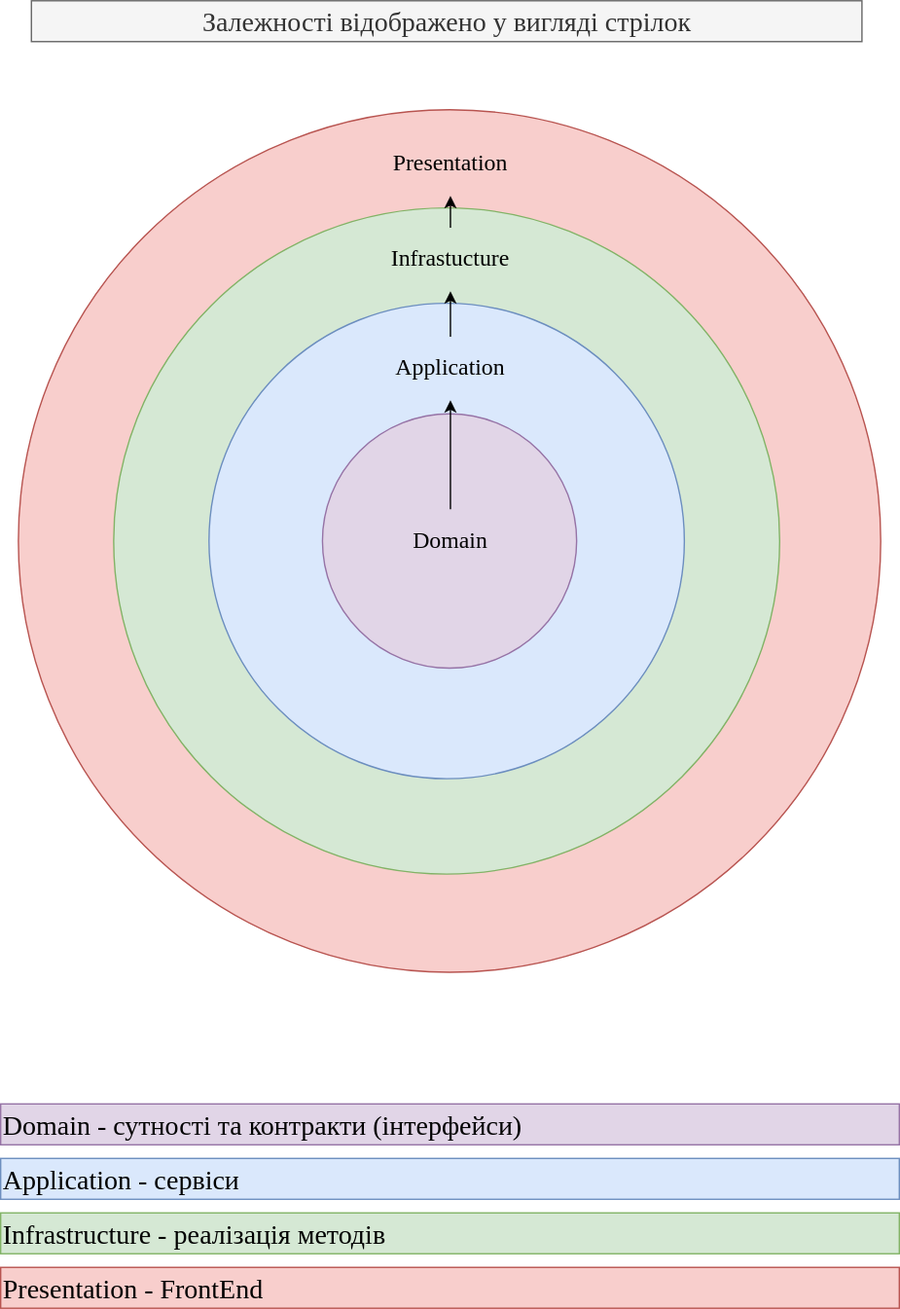
The draw.io diagram doc/Schemes/LayerArchitecture.drawio.svg in M1XaLik/ContextBin, before a commit. Source tidied: cells renumbered, new cells last; positions are measured from the earlier drawing's top-left corner, leaving out a move shared by most shapes. Its diagram source:
```xml
<mxGraphModel>
  <root>
    <mxCell id="0" />
    <mxCell id="1" parent="0" />
    <mxCell id="2" style="ellipse;whiteSpace=wrap;html=1;fillColor=#f8cecc;strokeColor=#b85450;" parent="1" vertex="1">
      <mxGeometry x="13" y="80" width="633.3" height="633.3" as="geometry" />
    </mxCell>
    <mxCell id="3" style="ellipse;whiteSpace=wrap;html=1;fillColor=#d5e8d4;strokeColor=#82b366;" parent="1" vertex="1">
      <mxGeometry x="83" y="152.1" width="489.1" height="489.1" as="geometry" />
    </mxCell>
    <mxCell id="4" style="ellipse;whiteSpace=wrap;html=1;fillColor=#dae8fc;strokeColor=#6c8ebf;" parent="1" vertex="1">
      <mxGeometry x="153" y="222.1" width="349.1" height="349.1" as="geometry" />
    </mxCell>
    <mxCell id="5" style="ellipse;whiteSpace=wrap;html=1;fillColor=#e1d5e7;strokeColor=#9673a6;" parent="1" vertex="1">
      <mxGeometry x="236.3" y="303.3" width="186.7" height="186.7" as="geometry" />
    </mxCell>
    <mxCell id="6" style="edgeStyle=none;html=1;exitX=0.5;exitY=0;exitDx=0;exitDy=0;" parent="1" edge="1" source="7" target="9">
      <mxGeometry relative="1" as="geometry" />
    </mxCell>
    <mxCell id="7" value="&lt;font style=&quot;font-size: 17px;&quot; face=&quot;Lucida Console&quot;&gt;Application&lt;/font&gt;" style="text;html=1;align=center;verticalAlign=middle;whiteSpace=wrap;rounded=0;" parent="1" vertex="1">
      <mxGeometry x="277" y="246.7" width="106.7" height="46.7" as="geometry" />
    </mxCell>
    <mxCell id="8" style="edgeStyle=none;html=1;exitX=0.5;exitY=0;exitDx=0;exitDy=0;entryX=0.5;entryY=1;entryDx=0;entryDy=0;" parent="1" edge="1" source="9" target="10">
      <mxGeometry relative="1" as="geometry" />
    </mxCell>
    <mxCell id="9" value="&lt;font style=&quot;font-size: 17px;&quot; face=&quot;Lucida Console&quot;&gt;Infrastucture&lt;/font&gt;" style="text;html=1;align=center;verticalAlign=middle;whiteSpace=wrap;rounded=0;" parent="1" vertex="1">
      <mxGeometry x="277" y="166.7" width="106.7" height="46.7" as="geometry" />
    </mxCell>
    <mxCell id="10" value="&lt;font style=&quot;font-size: 17px;&quot; face=&quot;Lucida Console&quot;&gt;Presentation&lt;/font&gt;" style="text;html=1;align=center;verticalAlign=middle;whiteSpace=wrap;rounded=0;" parent="1" vertex="1">
      <mxGeometry x="277" y="96.7" width="106.7" height="46.7" as="geometry" />
    </mxCell>
    <mxCell id="11" value="&lt;font style=&quot;font-size: 20px;&quot; face=&quot;Lucida Console&quot;&gt;Domain - сутності та контракти (інтерфейси)&lt;/font&gt;" style="text;html=1;align=left;verticalAlign=middle;whiteSpace=wrap;rounded=0;fillColor=#e1d5e7;strokeColor=#9673a6;" parent="1" vertex="1">
      <mxGeometry y="810" width="660" height="30" as="geometry" />
    </mxCell>
    <mxCell id="12" value="&lt;font face=&quot;Lucida Console&quot;&gt;&lt;span style=&quot;font-size: 20px;&quot;&gt;Application - сервіси&lt;/span&gt;&lt;/font&gt;" style="text;html=1;align=left;verticalAlign=middle;whiteSpace=wrap;rounded=0;fillColor=#dae8fc;strokeColor=#6c8ebf;" parent="1" vertex="1">
      <mxGeometry y="850" width="660" height="30" as="geometry" />
    </mxCell>
    <mxCell id="13" value="&lt;font face=&quot;Lucida Console&quot;&gt;&lt;span style=&quot;font-size: 20px;&quot;&gt;Infrastructure - реалізація методів&lt;/span&gt;&lt;/font&gt;" style="text;html=1;align=left;verticalAlign=middle;whiteSpace=wrap;rounded=0;fillColor=#d5e8d4;strokeColor=#82b366;" parent="1" vertex="1">
      <mxGeometry y="890" width="660" height="30" as="geometry" />
    </mxCell>
    <mxCell id="14" value="&lt;font face=&quot;Lucida Console&quot;&gt;&lt;span style=&quot;font-size: 20px;&quot;&gt;Presentation - FrontEnd&lt;/span&gt;&lt;/font&gt;" style="text;html=1;align=left;verticalAlign=middle;whiteSpace=wrap;rounded=0;fillColor=#f8cecc;strokeColor=#b85450;" parent="1" vertex="1">
      <mxGeometry y="930" width="660" height="30" as="geometry" />
    </mxCell>
    <mxCell id="15" value="&lt;font style=&quot;font-size: 17px;&quot; face=&quot;Lucida Console&quot;&gt;Domain&lt;/font&gt;" style="text;html=1;align=center;verticalAlign=middle;whiteSpace=wrap;rounded=0;" parent="1" vertex="1">
      <mxGeometry x="277" y="373.3" width="106.7" height="46.7" as="geometry" />
    </mxCell>
    <mxCell id="16" style="endArrow=classic;html=1;entryX=0.5;entryY=1;entryDx=0;entryDy=0;exitX=0.5;exitY=0;exitDx=0;exitDy=0;" parent="1" edge="1" source="15" target="7">
      <mxGeometry relative="1" as="geometry" />
    </mxCell>
    <mxCell id="17" value="&lt;font face=&quot;Lucida Console&quot; style=&quot;font-size: 20px;&quot;&gt;Залежності відображено у вигляді стрілок&lt;/font&gt;" style="text;html=1;align=center;verticalAlign=middle;whiteSpace=wrap;rounded=0;fillColor=#f5f5f5;fontColor=#333333;strokeColor=#666666;" parent="1" vertex="1">
      <mxGeometry x="22.6" width="610" height="30" as="geometry" />
    </mxCell>
  </root>
</mxGraphModel>
```
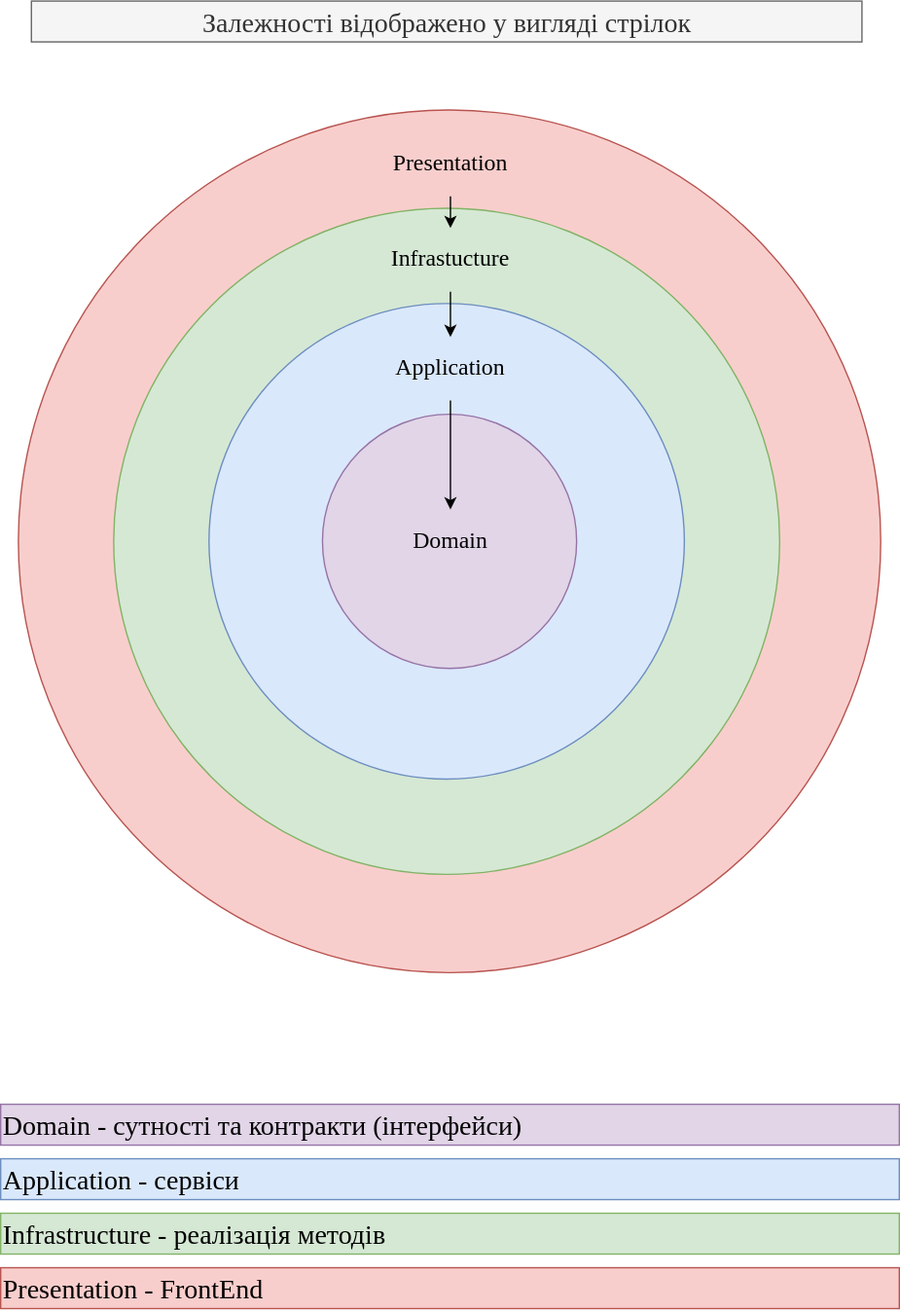
Above is the later version.

Commit message:
docs(clean-architecture): :memo: update `LayerArchitecture` scheme

The edit, as a diff of the source:
```diff
@@ -14,18 +14,21 @@
     <mxCell id="5" style="ellipse;whiteSpace=wrap;html=1;fillColor=#e1d5e7;strokeColor=#9673a6;" parent="1" vertex="1">
       <mxGeometry x="236.3" y="303.3" width="186.7" height="186.7" as="geometry" />
     </mxCell>
-    <mxCell id="6" style="edgeStyle=none;html=1;exitX=0.5;exitY=0;exitDx=0;exitDy=0;" parent="1" edge="1" source="7" target="9">
-      <mxGeometry relative="1" as="geometry" />
-    </mxCell>
+    <mxCell id="18" style="edgeStyle=none;html=1;exitX=0.5;exitY=1;exitDx=0;exitDy=0;entryX=0.5;entryY=0;entryDx=0;entryDy=0;" parent="1" edge="1" source="7" target="15">
+      <mxGeometry relative="1" as="geometry" />
+    </mxCell>
     <mxCell id="7" value="&lt;font style=&quot;font-size: 17px;&quot; face=&quot;Lucida Console&quot;&gt;Application&lt;/font&gt;" style="text;html=1;align=center;verticalAlign=middle;whiteSpace=wrap;rounded=0;" parent="1" vertex="1">
       <mxGeometry x="277" y="246.7" width="106.7" height="46.7" as="geometry" />
     </mxCell>
-    <mxCell id="8" style="edgeStyle=none;html=1;exitX=0.5;exitY=0;exitDx=0;exitDy=0;entryX=0.5;entryY=1;entryDx=0;entryDy=0;" parent="1" edge="1" source="9" target="10">
-      <mxGeometry relative="1" as="geometry" />
-    </mxCell>
+    <mxCell id="19" style="edgeStyle=none;html=1;exitX=0.5;exitY=1;exitDx=0;exitDy=0;entryX=0.5;entryY=0;entryDx=0;entryDy=0;" parent="1" edge="1" source="9" target="7">
+      <mxGeometry relative="1" as="geometry" />
+    </mxCell>
     <mxCell id="9" value="&lt;font style=&quot;font-size: 17px;&quot; face=&quot;Lucida Console&quot;&gt;Infrastucture&lt;/font&gt;" style="text;html=1;align=center;verticalAlign=middle;whiteSpace=wrap;rounded=0;" parent="1" vertex="1">
       <mxGeometry x="277" y="166.7" width="106.7" height="46.7" as="geometry" />
     </mxCell>
+    <mxCell id="20" style="edgeStyle=none;html=1;exitX=0.5;exitY=1;exitDx=0;exitDy=0;entryX=0.5;entryY=0;entryDx=0;entryDy=0;" parent="1" edge="1" source="10" target="9">
+      <mxGeometry relative="1" as="geometry" />
+    </mxCell>
     <mxCell id="10" value="&lt;font style=&quot;font-size: 17px;&quot; face=&quot;Lucida Console&quot;&gt;Presentation&lt;/font&gt;" style="text;html=1;align=center;verticalAlign=middle;whiteSpace=wrap;rounded=0;" parent="1" vertex="1">
       <mxGeometry x="277" y="96.7" width="106.7" height="46.7" as="geometry" />
     </mxCell>
@@ -44,9 +47,6 @@
     <mxCell id="15" value="&lt;font style=&quot;font-size: 17px;&quot; face=&quot;Lucida Console&quot;&gt;Domain&lt;/font&gt;" style="text;html=1;align=center;verticalAlign=middle;whiteSpace=wrap;rounded=0;" parent="1" vertex="1">
       <mxGeometry x="277" y="373.3" width="106.7" height="46.7" as="geometry" />
     </mxCell>
-    <mxCell id="16" style="endArrow=classic;html=1;entryX=0.5;entryY=1;entryDx=0;entryDy=0;exitX=0.5;exitY=0;exitDx=0;exitDy=0;" parent="1" edge="1" source="15" target="7">
-      <mxGeometry relative="1" as="geometry" />
-    </mxCell>
     <mxCell id="17" value="&lt;font face=&quot;Lucida Console&quot; style=&quot;font-size: 20px;&quot;&gt;Залежності відображено у вигляді стрілок&lt;/font&gt;" style="text;html=1;align=center;verticalAlign=middle;whiteSpace=wrap;rounded=0;fillColor=#f5f5f5;fontColor=#333333;strokeColor=#666666;" parent="1" vertex="1">
       <mxGeometry x="22.6" width="610" height="30" as="geometry" />
     </mxCell>
```
